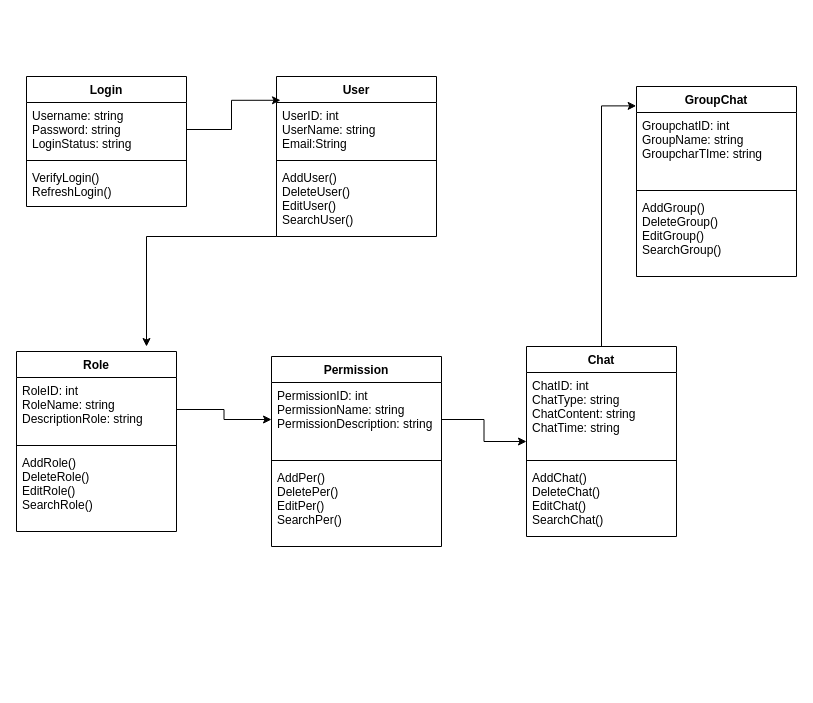
Above: documents/ClassDiagram.drawio in tripham208/BO_CNPM (draw.io), before the change. Source tidied: cells renumbered, new cells numbered last; positions are measured from the earlier drawing's top-left corner, leaving out a move shared by most shapes. Both pictures are drawn from the tidied source at 100%, with x=0, y=0 at pixel (16, 76).
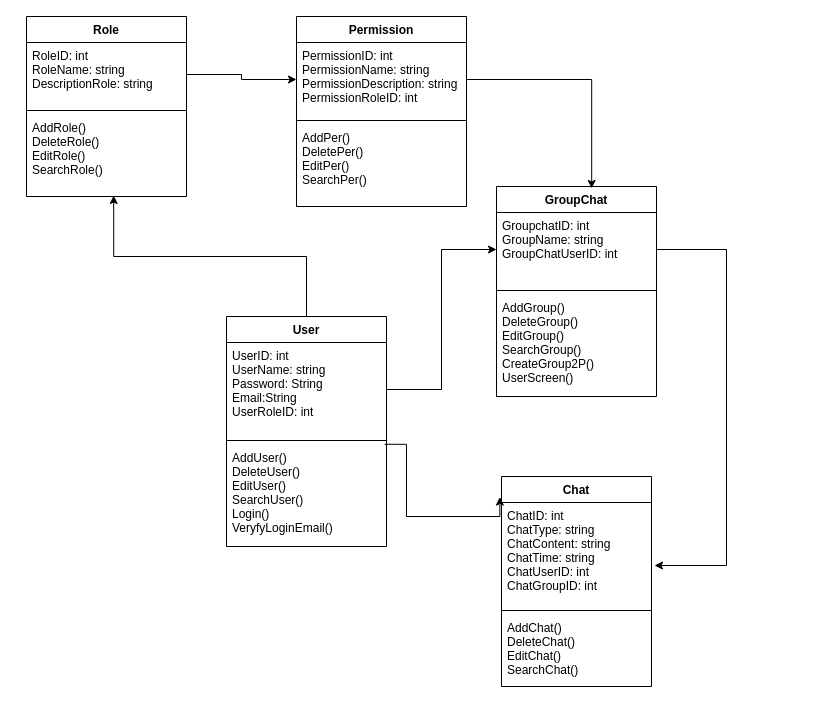
The same diagram, later.

Unchanged cells that the change refers to:
```xml
<mxCell id="14" value="AddRole()&#10;DeleteRole()&#10;EditRole()&#10;SearchRole()" style="text;strokeColor=none;fillColor=none;align=left;verticalAlign=top;spacingLeft=4;spacingRight=4;overflow=hidden;points=[[0,0.5],[1,0.5]];portConstraint=eastwest;" parent="11" vertex="1">
  <mxGeometry y="98" width="160" height="82" as="geometry" />
</mxCell>
```

The edit, as a diff of the source:
```diff
@@
-    <mxCell id="2" value="Login" style="swimlane;fontStyle=1;align=center;verticalAlign=top;horizontal=1;startSize=26;" parent="1" vertex="1">
-      <mxGeometry x="10" width="160" height="130" as="geometry" />
-    </mxCell>
-    <mxCell id="3" value="Username: string&#10;Password: string&#10;LoginStatus: string&#10;" style="text;strokeColor=none;fillColor=none;align=left;verticalAlign=top;spacingLeft=4;spacingRight=4;overflow=hidden;points=[[0,0.5],[1,0.5]];portConstraint=eastwest;" parent="2" vertex="1">
-      <mxGeometry y="26" width="160" height="54" as="geometry" />
-    </mxCell>
-    <mxCell id="4" style="line;strokeWidth=1;fillColor=none;align=left;verticalAlign=middle;spacingTop=-1;spacingLeft=3;spacingRight=3;labelPosition=right;" parent="2" vertex="1">
-      <mxGeometry y="80" width="160" height="8" as="geometry" />
-    </mxCell>
-    <mxCell id="5" value="VerifyLogin()&#10;RefreshLogin()" style="text;strokeColor=none;fillColor=none;align=left;verticalAlign=top;spacingLeft=4;spacingRight=4;overflow=hidden;" parent="2" vertex="1">
-      <mxGeometry y="88" width="160" height="42" as="geometry" />
-    </mxCell>
-    <mxCell id="6" style="edgeStyle=orthogonalEdgeStyle;rounded=0;jettySize=auto;html=1;" parent="1" edge="1" source="7">
-      <mxGeometry relative="1" as="geometry">
-        <mxPoint x="130" y="270" as="targetPoint" />
-        <Array as="points">
-          <mxPoint x="130" y="160" />
-        </Array>
-      </mxGeometry>
-    </mxCell>
+    <mxCell id="31" style="edgeStyle=orthogonalEdgeStyle;rounded=0;jettySize=auto;html=1;entryX=0.545;entryY=0.988;entryDx=0;entryDy=0;entryPerimeter=0;" parent="1" edge="1" source="7" target="14">
+      <mxGeometry relative="1" as="geometry" />
+    </mxCell>
     <mxCell id="7" value="User" style="swimlane;fontStyle=1;align=center;verticalAlign=top;horizontal=1;startSize=26;" parent="1" vertex="1">
-      <mxGeometry x="260" width="160" height="160" as="geometry" />
+      <mxGeometry x="210" y="240" width="160" height="230" as="geometry" />
     </mxCell>
-    <mxCell id="8" value="UserID: int&#10;UserName: string&#10;Email:String" style="text;strokeColor=none;fillColor=none;align=left;verticalAlign=top;spacingLeft=4;spacingRight=4;overflow=hidden;points=[[0,0.5],[1,0.5]];portConstraint=eastwest;" parent="7" vertex="1">
-      <mxGeometry y="26" width="160" height="54" as="geometry" />
+    <mxCell id="8" value="UserID: int&#10;UserName: string&#10;Password: String&#10;Email:String&#10;UserRoleID: int" style="text;strokeColor=none;fillColor=none;align=left;verticalAlign=top;spacingLeft=4;spacingRight=4;overflow=hidden;points=[[0,0.5],[1,0.5]];portConstraint=eastwest;" parent="7" vertex="1">
+      <mxGeometry y="26" width="160" height="94" as="geometry" />
     </mxCell>
     <mxCell id="9" style="line;strokeWidth=1;fillColor=none;align=left;verticalAlign=middle;spacingTop=-1;spacingLeft=3;spacingRight=3;labelPosition=right;" parent="7" vertex="1">
-      <mxGeometry y="80" width="160" height="8" as="geometry" />
+      <mxGeometry y="120" width="160" height="8" as="geometry" />
     </mxCell>
-    <mxCell id="10" value="AddUser()&#10;DeleteUser()&#10;EditUser()&#10;SearchUser()" style="text;strokeColor=none;fillColor=none;align=left;verticalAlign=top;spacingLeft=4;spacingRight=4;overflow=hidden;points=[[0,0.5],[1,0.5]];portConstraint=eastwest;" parent="7" vertex="1">
-      <mxGeometry y="88" width="160" height="72" as="geometry" />
+    <mxCell id="10" value="AddUser()&#10;DeleteUser()&#10;EditUser()&#10;SearchUser()&#10;Login()&#10;VeryfyLoginEmail()&#10;" style="text;strokeColor=none;fillColor=none;align=left;verticalAlign=top;spacingLeft=4;spacingRight=4;overflow=hidden;points=[[0,0.5],[1,0.5]];portConstraint=eastwest;" parent="7" vertex="1">
+      <mxGeometry y="128" width="160" height="102" as="geometry" />
     </mxCell>
     <mxCell id="11" value="Role" style="swimlane;fontStyle=1;align=center;verticalAlign=top;horizontal=1;startSize=26;" parent="1" vertex="1">
-      <mxGeometry y="275" width="160" height="180" as="geometry" />
+      <mxGeometry x="10" y="-60" width="160" height="180" as="geometry" />
     </mxCell>
@@
     <mxCell id="15" value="Permission" style="swimlane;fontStyle=1;align=center;verticalAlign=top;horizontal=1;startSize=26;" parent="1" vertex="1">
-      <mxGeometry x="255" y="280" width="170" height="190" as="geometry" />
+      <mxGeometry x="280" y="-60" width="170" height="190" as="geometry" />
     </mxCell>
-    <mxCell id="16" value="PermissionID: int&#10;PermissionName: string&#10;PermissionDescription: string" style="text;strokeColor=none;fillColor=none;align=left;verticalAlign=top;spacingLeft=4;spacingRight=4;overflow=hidden;points=[[0,0.5],[1,0.5]];portConstraint=eastwest;" parent="15" vertex="1">
+    <mxCell id="16" value="PermissionID: int&#10;PermissionName: string&#10;PermissionDescription: string&#10;PermissionRoleID: int" style="text;strokeColor=none;fillColor=none;align=left;verticalAlign=top;spacingLeft=4;spacingRight=4;overflow=hidden;points=[[0,0.5],[1,0.5]];portConstraint=eastwest;" parent="15" vertex="1">
       <mxGeometry y="26" width="170" height="74" as="geometry" />
     </mxCell>
@@
-    <mxCell id="19" style="edgeStyle=orthogonalEdgeStyle;rounded=0;jettySize=auto;html=1;entryX=-0.002;entryY=0.102;entryDx=0;entryDy=0;entryPerimeter=0;" parent="1" edge="1" source="20" target="24">
-      <mxGeometry relative="1" as="geometry" />
-    </mxCell>
     <mxCell id="20" value="Chat" style="swimlane;fontStyle=1;align=center;verticalAlign=top;horizontal=1;startSize=26;" parent="1" vertex="1">
-      <mxGeometry x="510" y="270" width="150" height="190" as="geometry" />
+      <mxGeometry x="485" y="400" width="150" height="210" as="geometry" />
     </mxCell>
-    <mxCell id="21" value="ChatID: int&#10;ChatType: string&#10;ChatContent: string&#10;ChatTime: string" style="text;strokeColor=none;fillColor=none;align=left;verticalAlign=top;spacingLeft=4;spacingRight=4;overflow=hidden;" parent="20" vertex="1">
-      <mxGeometry y="26" width="150" height="84" as="geometry" />
+    <mxCell id="21" value="ChatID: int&#10;ChatType: string&#10;ChatContent: string&#10;ChatTime: string&#10;ChatUserID: int&#10;ChatGroupID: int" style="text;strokeColor=none;fillColor=none;align=left;verticalAlign=top;spacingLeft=4;spacingRight=4;overflow=hidden;" parent="20" vertex="1">
+      <mxGeometry y="26" width="150" height="104" as="geometry" />
     </mxCell>
     <mxCell id="22" style="line;strokeWidth=1;fillColor=none;align=left;verticalAlign=middle;spacingTop=-1;spacingLeft=3;spacingRight=3;labelPosition=right;" parent="20" vertex="1">
-      <mxGeometry y="110" width="150" height="8" as="geometry" />
+      <mxGeometry y="130" width="150" height="8" as="geometry" />
     </mxCell>
     <mxCell id="23" value="AddChat()&#10;DeleteChat()&#10;EditChat()&#10;SearchChat()" style="text;strokeColor=none;fillColor=none;align=left;verticalAlign=top;spacingLeft=4;spacingRight=4;overflow=hidden;" parent="20" vertex="1">
-      <mxGeometry y="118" width="150" height="72" as="geometry" />
+      <mxGeometry y="138" width="150" height="72" as="geometry" />
     </mxCell>
     <mxCell id="24" value="GroupChat" style="swimlane;fontStyle=1;align=center;verticalAlign=top;horizontal=1;startSize=26;" parent="1" vertex="1">
-      <mxGeometry x="620" y="10" width="160" height="190" as="geometry" />
+      <mxGeometry x="480" y="110" width="160" height="210" as="geometry" />
     </mxCell>
-    <mxCell id="25" value="GroupchatID: int&#10;GroupName: string&#10;GroupcharTIme: string" style="text;strokeColor=none;fillColor=none;align=left;verticalAlign=top;spacingLeft=4;spacingRight=4;overflow=hidden;points=[[0,0.5],[1,0.5]];portConstraint=eastwest;" parent="24" vertex="1">
+    <mxCell id="25" value="GroupchatID: int&#10;GroupName: string&#10;GroupChatUserID: int" style="text;strokeColor=none;fillColor=none;align=left;verticalAlign=top;spacingLeft=4;spacingRight=4;overflow=hidden;points=[[0,0.5],[1,0.5]];portConstraint=eastwest;" parent="24" vertex="1">
       <mxGeometry y="26" width="160" height="74" as="geometry" />
     </mxCell>
@@
-    <mxCell id="27" value="AddGroup()&#10;DeleteGroup()&#10;EditGroup()&#10;SearchGroup()" style="text;strokeColor=none;fillColor=none;align=left;verticalAlign=top;spacingLeft=4;spacingRight=4;overflow=hidden;" parent="24" vertex="1">
-      <mxGeometry y="108" width="160" height="82" as="geometry" />
+    <mxCell id="27" value="AddGroup()&#10;DeleteGroup()&#10;EditGroup()&#10;SearchGroup()&#10;CreateGroup2P()&#10;UserScreen()" style="text;strokeColor=none;fillColor=none;align=left;verticalAlign=top;spacingLeft=4;spacingRight=4;overflow=hidden;" parent="24" vertex="1">
+      <mxGeometry y="108" width="160" height="102" as="geometry" />
     </mxCell>
-    <mxCell id="28" style="edgeStyle=orthogonalEdgeStyle;rounded=0;jettySize=auto;html=1;exitX=1;exitY=0.5;exitDx=0;exitDy=0;entryX=0.025;entryY=-0.041;entryDx=0;entryDy=0;entryPerimeter=0;" parent="1" edge="1" source="3" target="8">
-      <mxGeometry relative="1" as="geometry" />
-    </mxCell>
@@
-    <mxCell id="30" style="edgeStyle=orthogonalEdgeStyle;rounded=0;jettySize=auto;html=1;" parent="1" edge="1" source="16" target="20">
-      <mxGeometry relative="1" as="geometry" />
-    </mxCell>
+    <mxCell id="32" style="edgeStyle=orthogonalEdgeStyle;rounded=0;jettySize=auto;html=1;entryX=0;entryY=0.5;entryDx=0;entryDy=0;" parent="1" edge="1" source="8" target="25">
+      <mxGeometry relative="1" as="geometry" />
+    </mxCell>
+    <mxCell id="33" style="edgeStyle=orthogonalEdgeStyle;rounded=0;jettySize=auto;html=1;entryX=-0.011;entryY=0.098;entryDx=0;entryDy=0;entryPerimeter=0;exitX=0.988;exitY=-0.002;exitDx=0;exitDy=0;exitPerimeter=0;" parent="1" edge="1" source="10" target="20">
+      <mxGeometry relative="1" as="geometry">
+        <Array as="points">
+          <mxPoint x="390" y="368" />
+          <mxPoint x="390" y="440" />
+          <mxPoint x="483" y="440" />
+        </Array>
+      </mxGeometry>
+    </mxCell>
+    <mxCell id="34" style="edgeStyle=orthogonalEdgeStyle;rounded=0;jettySize=auto;html=1;" parent="1" edge="1" source="25">
+      <mxGeometry relative="1" as="geometry">
+        <mxPoint x="638" y="489" as="targetPoint" />
+        <Array as="points">
+          <mxPoint x="710" y="173" />
+          <mxPoint x="710" y="489" />
+        </Array>
+      </mxGeometry>
+    </mxCell>
+    <mxCell id="35" style="edgeStyle=orthogonalEdgeStyle;rounded=0;jettySize=auto;html=1;entryX=0.595;entryY=0.009;entryDx=0;entryDy=0;entryPerimeter=0;" parent="1" edge="1" source="16" target="24">
+      <mxGeometry relative="1" as="geometry" />
+    </mxCell>
```
